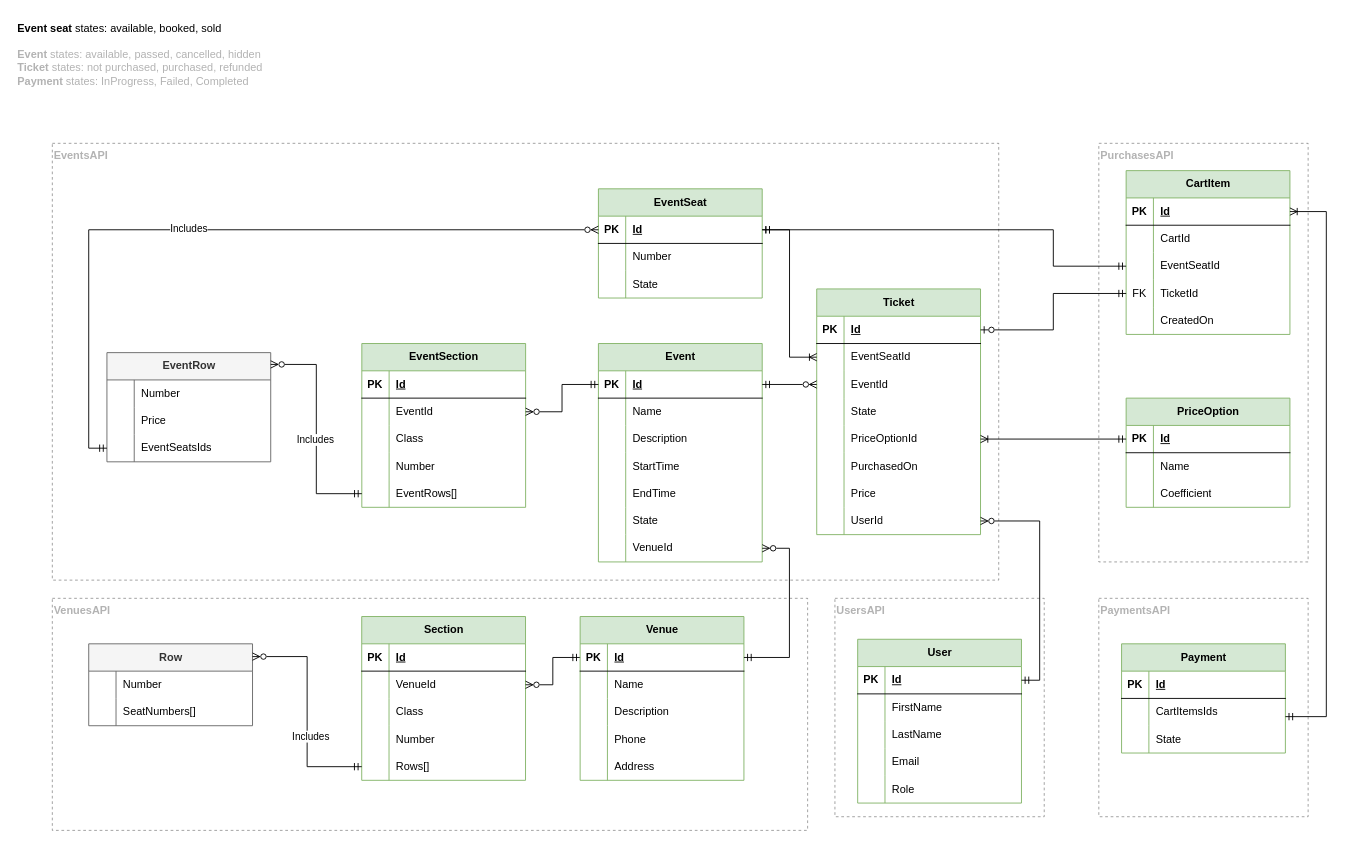
Earlier version of the draw.io diagram page "Database (NoSQL)" (4 of 5) of docs/Diagrams.drawio (leg0ushque/ticket-management). Source tidied: cells renumbered, new cells numbered last; positions are measured from the earlier drawing's top-left corner, leaving out a move shared by most shapes. Both pictures are drawn from the tidied source at 91%, with x=0, y=0 at pixel (15, 15).
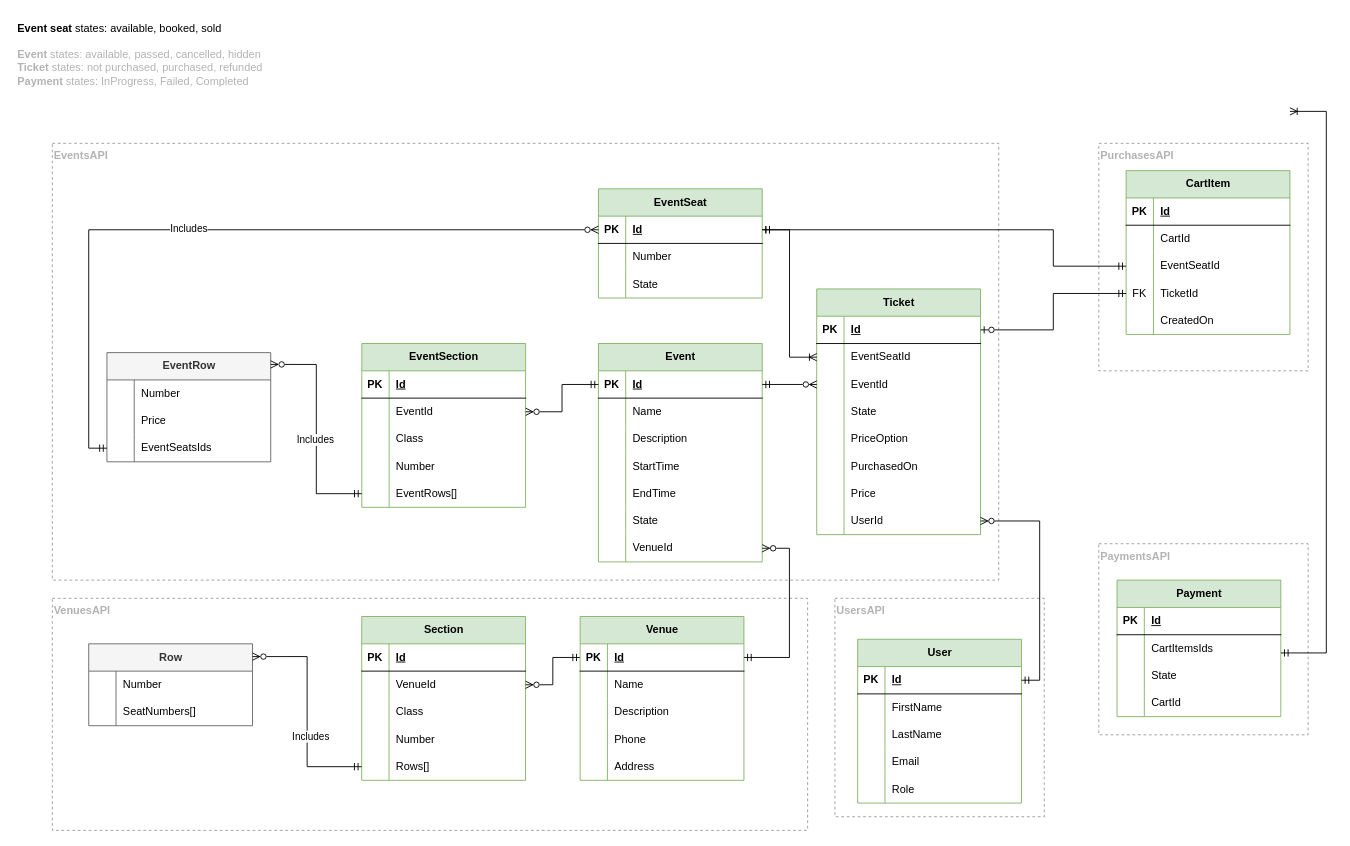
The same diagram, later.

The change refers to these unchanged cells:
```xml
<mxCell id="54" style="shape=tableRow;horizontal=0;startSize=0;swimlaneHead=0;swimlaneBody=0;fillColor=none;points=[[0,0.5],[1,0.5]];portConstraint=eastwest;top=0;left=0;right=0;bottom=1;" parent="53" vertex="1">
  <mxGeometry y="30" width="180" height="30" as="geometry" />
</mxCell>
<mxCell id="93" style="shape=tableRow;horizontal=0;startSize=0;swimlaneHead=0;swimlaneBody=0;fillColor=none;points=[[0,0.5],[1,0.5]];portConstraint=eastwest;top=0;left=0;right=0;bottom=0;" parent="80" vertex="1">
  <mxGeometry y="150" width="180" height="30" as="geometry" />
</mxCell>
<mxCell id="174" style="shape=tableRow;horizontal=0;startSize=0;swimlaneHead=0;swimlaneBody=0;fillColor=none;points=[[0,0.5],[1,0.5]];portConstraint=eastwest;top=0;left=0;right=0;bottom=0;" parent="170" vertex="1">
  <mxGeometry y="60" width="180" height="30" as="geometry" />
</mxCell>
```

Diff of the diagram source:
```diff
@@
     <mxCell id="4" value="&lt;b&gt;&lt;font color=&quot;#b3b3b3&quot;&gt;PurchasesAPI&lt;/font&gt;&lt;/b&gt;" style="rounded=0;whiteSpace=wrap;html=1;align=left;verticalAlign=top;dashed=1;opacity=40;" parent="1" vertex="1">
-      <mxGeometry x="1190" y="140" width="230" height="460" as="geometry" />
+      <mxGeometry x="1190" y="140" width="230" height="250" as="geometry" />
     </mxCell>
@@
-    <mxCell id="95" value="PriceOptionId" style="shape=partialRectangle;fillColor=none;top=0;left=0;bottom=0;right=0;align=left;spacingLeft=6;overflow=hidden;whiteSpace=wrap;html=1;" parent="93" vertex="1">
+    <mxCell id="95" value="PriceOption" style="shape=partialRectangle;fillColor=none;top=0;left=0;bottom=0;right=0;align=left;spacingLeft=6;overflow=hidden;whiteSpace=wrap;html=1;" parent="93" vertex="1">
       <mxGeometry x="30" width="150" height="30" as="geometry" />
     </mxCell>
@@
-    <mxCell id="155" value="PriceOption" style="shape=table;startSize=30;childLayout=tableLayout;rowLines=0;fontStyle=1;align=center;html=1;fillColor=#d5e8d4;strokeColor=#82b366;" parent="1" vertex="1">
-      <mxGeometry x="1220" y="420" width="180" height="120" as="geometry" />
-    </mxCell>
-    <mxCell id="156" style="shape=tableRow;horizontal=0;startSize=0;swimlaneHead=0;swimlaneBody=0;fillColor=none;points=[[0,0.5],[1,0.5]];portConstraint=eastwest;top=0;left=0;right=0;bottom=1;" parent="155" vertex="1">
-      <mxGeometry y="30" width="180" height="30" as="geometry" />
-    </mxCell>
-    <mxCell id="157" value="PK" style="shape=partialRectangle;fillColor=none;top=0;left=0;bottom=0;right=0;fontStyle=1;overflow=hidden;whiteSpace=wrap;html=1;" parent="156" vertex="1">
-      <mxGeometry width="30" height="30" as="geometry" />
-    </mxCell>
-    <mxCell id="158" value="Id" style="shape=partialRectangle;fillColor=none;top=0;left=0;bottom=0;right=0;align=left;spacingLeft=6;fontStyle=5;overflow=hidden;whiteSpace=wrap;html=1;" parent="156" vertex="1">
-      <mxGeometry x="30" width="150" height="30" as="geometry" />
-    </mxCell>
-    <mxCell id="159" style="shape=tableRow;horizontal=0;startSize=0;swimlaneHead=0;swimlaneBody=0;fillColor=none;top=0;left=0;right=0;bottom=0;" parent="155" vertex="1">
-      <mxGeometry y="60" width="180" height="30" as="geometry" />
-    </mxCell>
-    <mxCell id="160" style="shape=partialRectangle;fillColor=none;top=0;left=0;bottom=0;right=0;overflow=hidden;whiteSpace=wrap;html=1;" parent="159" vertex="1">
-      <mxGeometry width="30" height="30" as="geometry" />
-    </mxCell>
-    <mxCell id="161" value="Name" style="shape=partialRectangle;fillColor=none;top=0;left=0;bottom=0;right=0;align=left;spacingLeft=6;overflow=hidden;whiteSpace=wrap;html=1;" parent="159" vertex="1">
-      <mxGeometry x="30" width="150" height="30" as="geometry" />
-    </mxCell>
-    <mxCell id="162" style="shape=tableRow;horizontal=0;startSize=0;swimlaneHead=0;swimlaneBody=0;fillColor=none;top=0;left=0;right=0;bottom=0;" parent="155" vertex="1">
-      <mxGeometry y="90" width="180" height="30" as="geometry" />
-    </mxCell>
-    <mxCell id="163" style="shape=partialRectangle;fillColor=none;top=0;left=0;bottom=0;right=0;overflow=hidden;whiteSpace=wrap;html=1;" parent="162" vertex="1">
-      <mxGeometry width="30" height="30" as="geometry" />
-    </mxCell>
-    <mxCell id="164" value="Coefficient" style="shape=partialRectangle;fillColor=none;top=0;left=0;bottom=0;right=0;align=left;spacingLeft=6;overflow=hidden;whiteSpace=wrap;html=1;" parent="162" vertex="1">
-      <mxGeometry x="30" width="150" height="30" as="geometry" />
-    </mxCell>
@@
-    <mxCell id="167" style="edgeStyle=orthogonalEdgeStyle;rounded=0;jettySize=auto;html=1;exitX=1;exitY=0.5;exitDx=0;exitDy=0;entryX=0;entryY=0.5;entryDx=0;entryDy=0;startArrow=ERoneToMany;startFill=0;endArrow=ERmandOne;endFill=0;" parent="1" edge="1" source="93" target="156">
-      <mxGeometry relative="1" as="geometry" />
-    </mxCell>
@@
     <mxCell id="169" value="&lt;b&gt;&lt;font color=&quot;#b3b3b3&quot;&gt;PaymentsAPI&lt;/font&gt;&lt;/b&gt;" style="rounded=0;whiteSpace=wrap;html=1;align=left;verticalAlign=top;dashed=1;opacity=40;" parent="1" vertex="1">
-      <mxGeometry x="1190" y="640" width="230" height="240" as="geometry" />
+      <mxGeometry x="1190" y="580" width="230" height="210" as="geometry" />
     </mxCell>
     <mxCell id="170" value="Payment" style="shape=table;startSize=30;childLayout=tableLayout;rowLines=0;fontStyle=1;align=center;html=1;fillColor=#d5e8d4;strokeColor=#82b366;" parent="1" vertex="1">
-      <mxGeometry x="1215" y="690" width="180" height="120" as="geometry" />
+      <mxGeometry x="1210" y="620" width="180" height="150" as="geometry" />
     </mxCell>
@@
+    <mxCell id="199" style="shape=tableRow;horizontal=0;startSize=0;swimlaneHead=0;swimlaneBody=0;fillColor=none;top=0;left=0;right=0;bottom=0;" parent="170" vertex="1">
+      <mxGeometry y="120" width="180" height="30" as="geometry" />
+    </mxCell>
+    <mxCell id="200" style="shape=partialRectangle;fillColor=none;top=0;left=0;bottom=0;right=0;overflow=hidden;whiteSpace=wrap;html=1;" parent="199" vertex="1">
+      <mxGeometry width="30" height="30" as="geometry" />
+    </mxCell>
+    <mxCell id="201" value="CartId" style="shape=partialRectangle;fillColor=none;top=0;left=0;bottom=0;right=0;align=left;spacingLeft=6;overflow=hidden;whiteSpace=wrap;html=1;" parent="199" vertex="1">
+      <mxGeometry x="30" width="150" height="30" as="geometry" />
+    </mxCell>
-    <mxCell id="180" style="edgeStyle=orthogonalEdgeStyle;rounded=0;jettySize=auto;html=1;entryX=1;entryY=0.5;entryDx=0;entryDy=0;endArrow=ERoneToMany;endFill=0;startArrow=ERmandOne;startFill=0;" parent="1" edge="1" source="174" target="54">
+    <mxCell id="180" style="edgeStyle=orthogonalEdgeStyle;rounded=0;jettySize=auto;html=1;entryX=1;entryY=0.5;entryDx=0;entryDy=0;endArrow=ERoneToMany;endFill=0;startArrow=ERmandOne;startFill=0;" parent="1" edge="1" source="174">
       <mxGeometry relative="1" as="geometry">
+        <mxPoint x="1400" y="104.9" as="targetPoint" />
         <Array as="points">
-          <mxPoint x="1440" y="770" />
-          <mxPoint x="1440" y="215" />
+          <mxPoint x="1440" y="700" />
+          <mxPoint x="1440" y="105" />
         </Array>
       </mxGeometry>
     </mxCell>
```
